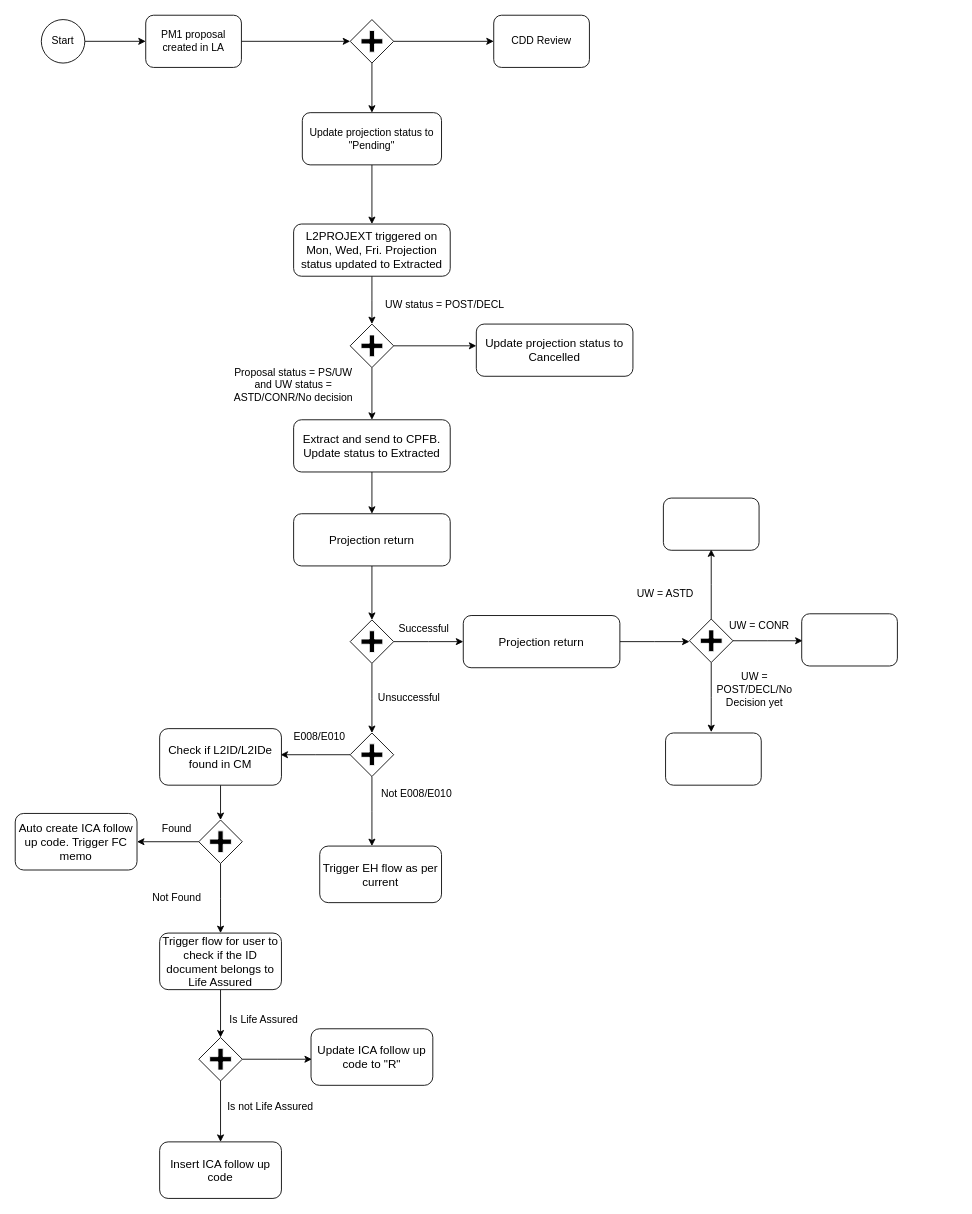
Before: page "PruShield Projection" (10 of 11) of HS.drawio in Jefferzonlee/WorkFlow-BPR, a draw.io diagram. Source tidied: cells renumbered, new cells numbered last; positions are measured from the earlier drawing's top-left corner, leaving out a move shared by most shapes. Both pictures are drawn from the tidied source at 87%, with x=0, y=0 at pixel (15, 15).
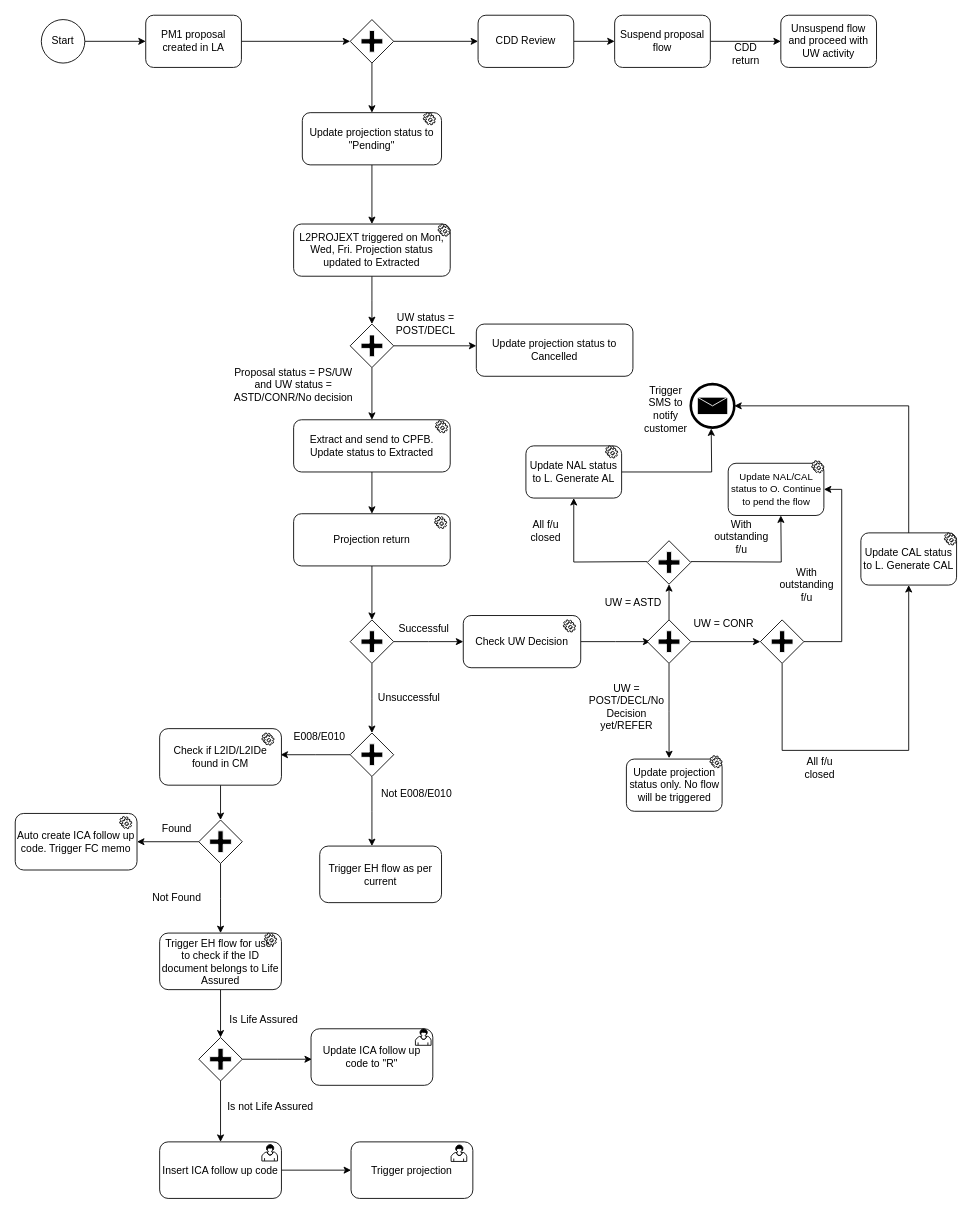
Above is the later version.

The edit, as a diff of the source:
```diff
@@
-    <mxCell id="9" value="&lt;span lang=&quot;EN-AU&quot; style=&quot;font-size: 10.0pt ; font-family: &amp;#34;arial&amp;#34; , sans-serif&quot;&gt;L2PROJEXT triggered on Mon, Wed, Fri. Projection status updated to Extracted&lt;/span&gt;" style="rounded=1;whiteSpace=wrap;html=1;" parent="1" vertex="1">
+    <mxCell id="9" value="&lt;span lang=&quot;EN-AU&quot; style=&quot;font-family: &amp;#34;arial&amp;#34; , sans-serif&quot;&gt;&lt;font style=&quot;font-size: 12px&quot;&gt;L2PROJEXT triggered on Mon, Wed, Fri. Projection status updated to Extracted&lt;/font&gt;&lt;/span&gt;" style="rounded=1;whiteSpace=wrap;html=1;" parent="1" vertex="1">
       <mxGeometry x="320" y="240" width="180" height="60" as="geometry" />
     </mxCell>
@@
-    <mxCell id="11" value="&lt;span lang=&quot;EN-AU&quot; style=&quot;font-size: 10.0pt ; font-family: &amp;#34;arial&amp;#34; , sans-serif&quot;&gt;Extract and send to CPFB. Update status to Extracted&lt;/span&gt;" style="rounded=1;whiteSpace=wrap;html=1;" parent="1" vertex="1">
+    <mxCell id="11" value="&lt;span lang=&quot;EN-AU&quot; style=&quot;font-family: &amp;#34;arial&amp;#34; , sans-serif&quot;&gt;&lt;font style=&quot;font-size: 12px&quot;&gt;Extract and send to CPFB. Update status to Extracted&lt;/font&gt;&lt;/span&gt;" style="rounded=1;whiteSpace=wrap;html=1;" parent="1" vertex="1">
       <mxGeometry x="320" y="465" width="180" height="60" as="geometry" />
     </mxCell>
@@
-    <mxCell id="13" value="&lt;span lang=&quot;EN-AU&quot; style=&quot;font-size: 10.0pt ; font-family: &amp;#34;arial&amp;#34; , sans-serif&quot;&gt;Projection return&lt;/span&gt;" style="rounded=1;whiteSpace=wrap;html=1;" parent="1" vertex="1">
+    <mxCell id="13" value="&lt;span lang=&quot;EN-AU&quot; style=&quot;font-family: &amp;#34;arial&amp;#34; , sans-serif&quot;&gt;&lt;font style=&quot;font-size: 12px&quot;&gt;Projection return&lt;/font&gt;&lt;/span&gt;" style="rounded=1;whiteSpace=wrap;html=1;" parent="1" vertex="1">
       <mxGeometry x="320" y="573" width="180" height="60" as="geometry" />
     </mxCell>
@@
+    <mxCell id="64" style="edgeStyle=orthogonalEdgeStyle;rounded=0;jettySize=auto;html=1;" parent="1" edge="1" source="17" target="66">
+      <mxGeometry relative="1" as="geometry" />
+    </mxCell>
     <mxCell id="17" value="CDD Review" style="rounded=1;whiteSpace=wrap;html=1;" parent="1" vertex="1">
-      <mxGeometry x="550" width="110" height="60" as="geometry" />
+      <mxGeometry x="532" width="110" height="60" as="geometry" />
     </mxCell>
+    <mxCell id="65" style="edgeStyle=orthogonalEdgeStyle;rounded=0;jettySize=auto;html=1;" parent="1" edge="1" source="66" target="67">
+      <mxGeometry relative="1" as="geometry" />
+    </mxCell>
+    <mxCell id="66" value="Suspend proposal flow" style="rounded=1;whiteSpace=wrap;html=1;" parent="1" vertex="1">
+      <mxGeometry x="689" width="110" height="60" as="geometry" />
+    </mxCell>
+    <mxCell id="67" value="Unsuspend flow and proceed with UW activity" style="rounded=1;whiteSpace=wrap;html=1;" parent="1" vertex="1">
+      <mxGeometry x="880" width="110" height="60" as="geometry" />
+    </mxCell>
@@
     <mxCell id="22" value="UW status = POST/DECL" style="text;html=1;strokeColor=none;fillColor=none;align=center;verticalAlign=middle;whiteSpace=wrap;rounded=0;" parent="1" vertex="1">
-      <mxGeometry x="414" y="323" width="160" height="20" as="geometry" />
+      <mxGeometry x="434" y="345" width="76" height="20" as="geometry" />
     </mxCell>
-    <mxCell id="23" value="&lt;span lang=&quot;EN-AU&quot; style=&quot;font-size: 10.0pt ; font-family: &amp;#34;arial&amp;#34; , sans-serif&quot;&gt;Update projection status to Cancelled&lt;/span&gt;" style="rounded=1;whiteSpace=wrap;html=1;" parent="1" vertex="1">
+    <mxCell id="23" value="&lt;span lang=&quot;EN-AU&quot; style=&quot;font-family: &amp;#34;arial&amp;#34; , sans-serif&quot;&gt;&lt;font style=&quot;font-size: 12px&quot;&gt;Update projection status to Cancelled&lt;/font&gt;&lt;/span&gt;" style="rounded=1;whiteSpace=wrap;html=1;" parent="1" vertex="1">
       <mxGeometry x="530" y="355" width="180" height="60" as="geometry" />
     </mxCell>
@@
     <mxCell id="27" style="edgeStyle=orthogonalEdgeStyle;rounded=0;jettySize=auto;html=1;" parent="1" edge="1" source="28">
       <mxGeometry relative="1" as="geometry">
-        <mxPoint x="775" y="720" as="targetPoint" />
+        <mxPoint x="730" y="720" as="targetPoint" />
       </mxGeometry>
     </mxCell>
-    <mxCell id="28" value="&lt;span lang=&quot;EN-AU&quot; style=&quot;font-size: 10.0pt ; font-family: &amp;#34;arial&amp;#34; , sans-serif&quot;&gt;Projection return&lt;/span&gt;" style="rounded=1;whiteSpace=wrap;html=1;" parent="1" vertex="1">
-      <mxGeometry x="515" y="690" width="180" height="60" as="geometry" />
+    <mxCell id="28" value="&lt;span lang=&quot;EN-AU&quot; style=&quot;font-family: &amp;#34;arial&amp;#34; , sans-serif&quot;&gt;&lt;font style=&quot;font-size: 12px&quot;&gt;Check UW Decision&lt;/font&gt;&lt;/span&gt;" style="rounded=1;whiteSpace=wrap;html=1;" parent="1" vertex="1">
+      <mxGeometry x="515" y="690" width="135" height="60" as="geometry" />
     </mxCell>
@@
-    <mxCell id="34" style="edgeStyle=orthogonalEdgeStyle;rounded=0;jettySize=auto;html=1;" parent="1" edge="1" source="37">
-      <mxGeometry relative="1" as="geometry">
-        <mxPoint x="800" y="614" as="targetPoint" />
-      </mxGeometry>
-    </mxCell>
-    <mxCell id="35" style="edgeStyle=orthogonalEdgeStyle;rounded=0;jettySize=auto;html=1;" parent="1" edge="1" source="37">
-      <mxGeometry relative="1" as="geometry">
-        <mxPoint x="905" y="719" as="targetPoint" />
-      </mxGeometry>
-    </mxCell>
-    <mxCell id="36" style="edgeStyle=orthogonalEdgeStyle;rounded=0;jettySize=auto;html=1;" parent="1" edge="1" source="37">
-      <mxGeometry relative="1" as="geometry">
-        <mxPoint x="800" y="824" as="targetPoint" />
-      </mxGeometry>
-    </mxCell>
+    <mxCell id="68" style="edgeStyle=orthogonalEdgeStyle;rounded=0;jettySize=auto;html=1;" parent="1" edge="1" source="37" target="74">
+      <mxGeometry relative="1" as="geometry" />
+    </mxCell>
+    <mxCell id="69" style="edgeStyle=orthogonalEdgeStyle;rounded=0;jettySize=auto;html=1;entryX=0.446;entryY=-0.017;entryDx=0;entryDy=0;entryPerimeter=0;" parent="1" edge="1" source="37" target="42">
+      <mxGeometry relative="1" as="geometry" />
+    </mxCell>
+    <mxCell id="70" style="edgeStyle=orthogonalEdgeStyle;rounded=0;jettySize=auto;html=1;" parent="1" edge="1" source="37" target="73">
+      <mxGeometry relative="1" as="geometry" />
+    </mxCell>
     <mxCell id="37" style="shape=mxgraph.bpmn.shape;html=1;verticalLabelPosition=bottom;labelBackgroundColor=#ffffff;verticalAlign=top;align=center;perimeter=rhombusPerimeter;background=gateway;outlineConnect=0;outline=none;symbol=parallelGw;" parent="1" vertex="1">
-      <mxGeometry x="775" y="694" width="50" height="50" as="geometry" />
+      <mxGeometry x="726.5" y="695" width="50" height="50" as="geometry" />
     </mxCell>
+    <mxCell id="71" style="edgeStyle=orthogonalEdgeStyle;rounded=0;jettySize=auto;html=1;entryX=1;entryY=0.5;entryDx=0;entryDy=0;" parent="1" edge="1" source="73" target="83">
+      <mxGeometry relative="1" as="geometry">
+        <Array as="points">
+          <mxPoint x="950" y="720" />
+          <mxPoint x="950" y="545" />
+        </Array>
+      </mxGeometry>
+    </mxCell>
+    <mxCell id="72" style="edgeStyle=orthogonalEdgeStyle;rounded=0;jettySize=auto;html=1;entryX=0.5;entryY=1;entryDx=0;entryDy=0;" parent="1" edge="1" source="73" target="89">
+      <mxGeometry relative="1" as="geometry">
+        <Array as="points">
+          <mxPoint x="882" y="845" />
+          <mxPoint x="1027" y="845" />
+        </Array>
+      </mxGeometry>
+    </mxCell>
+    <mxCell id="73" style="shape=mxgraph.bpmn.shape;html=1;verticalLabelPosition=bottom;labelBackgroundColor=#ffffff;verticalAlign=top;align=center;perimeter=rhombusPerimeter;background=gateway;outlineConnect=0;outline=none;symbol=parallelGw;" parent="1" vertex="1">
+      <mxGeometry x="856.5" y="695" width="50" height="50" as="geometry" />
+    </mxCell>
+    <mxCell id="74" style="shape=mxgraph.bpmn.shape;html=1;verticalLabelPosition=bottom;labelBackgroundColor=#ffffff;verticalAlign=top;align=center;perimeter=rhombusPerimeter;background=gateway;outlineConnect=0;outline=none;symbol=parallelGw;" parent="1" vertex="1">
+      <mxGeometry x="726.5" y="604" width="50" height="50" as="geometry" />
+    </mxCell>
+    <mxCell id="75" style="edgeStyle=orthogonalEdgeStyle;rounded=0;jettySize=auto;html=1;" parent="1" edge="1" source="38">
+      <mxGeometry relative="1" as="geometry">
+        <mxPoint x="800" y="475" as="targetPoint" />
+      </mxGeometry>
+    </mxCell>
-    <mxCell id="38" style="rounded=1;whiteSpace=wrap;html=1;" parent="1" vertex="1">
-      <mxGeometry x="745" y="555" width="110" height="60" as="geometry" />
+    <mxCell id="38" value="Update NAL status to L. Generate AL" style="rounded=1;whiteSpace=wrap;html=1;" parent="1" vertex="1">
+      <mxGeometry x="587" y="495" width="110" height="60" as="geometry" />
     </mxCell>
     <mxCell id="39" value="UW = ASTD" style="text;html=1;strokeColor=none;fillColor=none;align=center;verticalAlign=middle;whiteSpace=wrap;rounded=0;" parent="1" vertex="1">
-      <mxGeometry x="710" y="655" width="75" height="20" as="geometry" />
+      <mxGeometry x="672.5" y="664.5" width="75" height="20" as="geometry" />
     </mxCell>
-    <mxCell id="40" style="rounded=1;whiteSpace=wrap;html=1;" parent="1" vertex="1">
-      <mxGeometry x="904" y="688" width="110" height="60" as="geometry" />
-    </mxCell>
     <mxCell id="41" value="UW = CONR" style="text;html=1;strokeColor=none;fillColor=none;align=center;verticalAlign=middle;whiteSpace=wrap;rounded=0;" parent="1" vertex="1">
-      <mxGeometry x="817.5" y="692" width="75" height="20" as="geometry" />
+      <mxGeometry x="776.5" y="690" width="75" height="20" as="geometry" />
     </mxCell>
-    <mxCell id="42" style="rounded=1;whiteSpace=wrap;html=1;" parent="1" vertex="1">
-      <mxGeometry x="747.5" y="825" width="110" height="60" as="geometry" />
+    <mxCell id="42" value="Update projection status only. No flow will be triggered" style="rounded=1;whiteSpace=wrap;html=1;" parent="1" vertex="1">
+      <mxGeometry x="702.5" y="855" width="110" height="60" as="geometry" />
     </mxCell>
-    <mxCell id="43" value="UW = POST/DECL/No Decision yet" style="text;html=1;strokeColor=none;fillColor=none;align=center;verticalAlign=middle;whiteSpace=wrap;rounded=0;" parent="1" vertex="1">
-      <mxGeometry x="810" y="765" width="80" height="20" as="geometry" />
+    <mxCell id="43" value="UW = POST/DECL/No Decision yet/REFER" style="text;html=1;strokeColor=none;fillColor=none;align=center;verticalAlign=middle;whiteSpace=wrap;rounded=0;direction=south;" parent="1" vertex="1">
+      <mxGeometry x="692.5" y="755" width="20" height="80" as="geometry" />
     </mxCell>
@@
-    <mxCell id="45" value="&lt;span lang=&quot;EN-AU&quot; style=&quot;font-size: 10.0pt ; font-family: &amp;#34;arial&amp;#34; , sans-serif&quot;&gt;Check if L2ID/L2IDe found in CM&lt;/span&gt;" style="rounded=1;whiteSpace=wrap;html=1;" parent="1" vertex="1">
+    <mxCell id="45" value="&lt;span lang=&quot;EN-AU&quot; style=&quot;font-family: &amp;#34;arial&amp;#34; , sans-serif&quot;&gt;&lt;font style=&quot;font-size: 12px&quot;&gt;Check if L2ID/L2IDe found in CM&lt;/font&gt;&lt;/span&gt;" style="rounded=1;whiteSpace=wrap;html=1;" parent="1" vertex="1">
       <mxGeometry x="166" y="820" width="140" height="65" as="geometry" />
     </mxCell>
@@
-    <mxCell id="51" value="&lt;span lang=&quot;EN-AU&quot; style=&quot;font-size: 10.0pt ; font-family: &amp;#34;arial&amp;#34; , sans-serif&quot;&gt;Auto create ICA follow up code. Trigger FC memo&lt;/span&gt;" style="rounded=1;whiteSpace=wrap;html=1;" parent="1" vertex="1">
+    <mxCell id="51" value="&lt;span lang=&quot;EN-AU&quot; style=&quot;font-family: &amp;#34;arial&amp;#34; , sans-serif&quot;&gt;&lt;font style=&quot;font-size: 12px&quot;&gt;Auto create ICA follow up code. Trigger FC memo&lt;/font&gt;&lt;/span&gt;" style="rounded=1;whiteSpace=wrap;html=1;" parent="1" vertex="1">
       <mxGeometry y="917.5" width="140" height="65" as="geometry" />
     </mxCell>
@@
-    <mxCell id="53" value="&lt;span lang=&quot;EN-AU&quot; style=&quot;font-size: 10.0pt ; font-family: &amp;#34;arial&amp;#34; , sans-serif&quot;&gt;Trigger flow for user to check if the ID document belongs to Life Assured&lt;/span&gt;" style="rounded=1;whiteSpace=wrap;html=1;" parent="1" vertex="1">
+    <mxCell id="53" value="&lt;span lang=&quot;EN-AU&quot; style=&quot;font-family: &amp;#34;arial&amp;#34; , sans-serif&quot;&gt;&lt;font style=&quot;font-size: 12px&quot;&gt;Trigger EH flow for user to check if the ID document belongs to Life Assured&lt;/font&gt;&lt;/span&gt;" style="rounded=1;whiteSpace=wrap;html=1;" parent="1" vertex="1">
       <mxGeometry x="166" y="1055" width="140" height="65" as="geometry" />
     </mxCell>
@@
+    <mxCell id="76" style="edgeStyle=orthogonalEdgeStyle;rounded=0;jettySize=auto;html=1;" parent="1" edge="1" source="61" target="77">
+      <mxGeometry relative="1" as="geometry" />
+    </mxCell>
-    <mxCell id="61" value="&lt;font face=&quot;arial, sans-serif&quot;&gt;&lt;span style=&quot;font-size: 13.3333px&quot;&gt;Insert ICA follow up code&lt;/span&gt;&lt;/font&gt;" style="rounded=1;whiteSpace=wrap;html=1;" parent="1" vertex="1">
+    <mxCell id="61" value="&lt;font face=&quot;arial, sans-serif&quot; style=&quot;font-size: 12px&quot;&gt;Insert ICA follow up code&lt;/font&gt;" style="rounded=1;whiteSpace=wrap;html=1;" parent="1" vertex="1">
       <mxGeometry x="166" y="1295" width="140" height="65" as="geometry" />
     </mxCell>
+    <mxCell id="77" value="&lt;font face=&quot;arial, sans-serif&quot; style=&quot;font-size: 12px&quot;&gt;Trigger projection&lt;/font&gt;" style="rounded=1;whiteSpace=wrap;html=1;" parent="1" vertex="1">
+      <mxGeometry x="386" y="1295" width="140" height="65" as="geometry" />
+    </mxCell>
-    <mxCell id="62" value="&lt;span lang=&quot;EN-AU&quot; style=&quot;font-size: 10.0pt ; font-family: &amp;#34;arial&amp;#34; , sans-serif&quot;&gt;Update ICA follow up code to &quot;R&quot;&lt;/span&gt;" style="rounded=1;whiteSpace=wrap;html=1;" parent="1" vertex="1">
+    <mxCell id="62" value="&lt;span lang=&quot;EN-AU&quot; style=&quot;font-family: &amp;#34;arial&amp;#34; , sans-serif&quot;&gt;&lt;font style=&quot;font-size: 12px&quot;&gt;Update ICA follow up code to &quot;R&quot;&lt;/font&gt;&lt;/span&gt;" style="rounded=1;whiteSpace=wrap;html=1;" parent="1" vertex="1">
       <mxGeometry x="340" y="1165" width="140" height="65" as="geometry" />
     </mxCell>
-    <mxCell id="63" value="&lt;span lang=&quot;EN-AU&quot; style=&quot;font-size: 10.0pt ; font-family: &amp;#34;arial&amp;#34; , sans-serif&quot;&gt;Trigger EH flow as per current&lt;/span&gt;" style="rounded=1;whiteSpace=wrap;html=1;" parent="1" vertex="1">
+    <mxCell id="63" value="&lt;span lang=&quot;EN-AU&quot; style=&quot;font-family: &amp;#34;arial&amp;#34; , sans-serif&quot;&gt;&lt;font style=&quot;font-size: 12px&quot;&gt;Trigger EH flow as per current&lt;/font&gt;&lt;/span&gt;" style="rounded=1;whiteSpace=wrap;html=1;" parent="1" vertex="1">
       <mxGeometry x="350" y="955" width="140" height="65" as="geometry" />
     </mxCell>
+    <mxCell id="78" value="CDD return" style="text;html=1;strokeColor=none;fillColor=none;align=center;verticalAlign=middle;whiteSpace=wrap;rounded=0;" parent="1" vertex="1">
+      <mxGeometry x="819.5" y="35" width="40" height="20" as="geometry" />
+    </mxCell>
+    <mxCell id="79" style="shape=mxgraph.bpmn.shape;html=1;verticalLabelPosition=bottom;labelBackgroundColor=#ffffff;verticalAlign=top;align=center;perimeter=ellipsePerimeter;outlineConnect=0;outline=end;symbol=message;" parent="1" vertex="1">
+      <mxGeometry x="776.5" y="424" width="50" height="50" as="geometry" />
+    </mxCell>
+    <mxCell id="80" value="Trigger SMS to notify customer" style="text;html=1;strokeColor=none;fillColor=none;align=center;verticalAlign=middle;whiteSpace=wrap;rounded=0;direction=south;" parent="1" vertex="1">
+      <mxGeometry x="737.5" y="415" width="20" height="75" as="geometry" />
+    </mxCell>
+    <mxCell id="81" style="edgeStyle=orthogonalEdgeStyle;rounded=0;jettySize=auto;html=1;entryX=0.5;entryY=1;entryDx=0;entryDy=0;" parent="1" edge="1" target="38">
+      <mxGeometry relative="1" as="geometry">
+        <mxPoint x="726.5" y="628" as="sourcePoint" />
+      </mxGeometry>
+    </mxCell>
+    <mxCell id="82" style="edgeStyle=orthogonalEdgeStyle;rounded=0;orthogonalLoop=1;jettySize=auto;html=1;" parent="1" edge="1">
+      <mxGeometry relative="1" as="geometry">
+        <mxPoint x="776.5" y="628" as="sourcePoint" />
+        <mxPoint x="880" y="575" as="targetPoint" />
+      </mxGeometry>
+    </mxCell>
+    <mxCell id="83" value="&lt;font style=&quot;font-size: 11px&quot;&gt;Update NAL/CAL status to O. Continue to pend the flow&lt;/font&gt;" style="rounded=1;whiteSpace=wrap;html=1;" parent="1" vertex="1">
+      <mxGeometry x="819.5" y="515" width="110" height="60" as="geometry" />
+    </mxCell>
+    <mxCell id="84" value="All f/u closed" style="text;html=1;strokeColor=none;fillColor=none;align=center;verticalAlign=middle;whiteSpace=wrap;rounded=0;" parent="1" vertex="1">
+      <mxGeometry x="590" y="583" width="40" height="20" as="geometry" />
+    </mxCell>
+    <mxCell id="85" value="With outstanding f/u" style="text;html=1;strokeColor=none;fillColor=none;align=center;verticalAlign=middle;whiteSpace=wrap;rounded=0;" parent="1" vertex="1">
+      <mxGeometry x="800" y="590" width="70" height="19" as="geometry" />
+    </mxCell>
+    <mxCell id="86" value="With outstanding f/u" style="text;html=1;strokeColor=none;fillColor=none;align=center;verticalAlign=middle;whiteSpace=wrap;rounded=0;" parent="1" vertex="1">
+      <mxGeometry x="874.5" y="645.5" width="70" height="19" as="geometry" />
+    </mxCell>
+    <mxCell id="87" value="All f/u closed" style="text;html=1;strokeColor=none;fillColor=none;align=center;verticalAlign=middle;whiteSpace=wrap;rounded=0;" parent="1" vertex="1">
+      <mxGeometry x="904.5" y="855" width="40" height="20" as="geometry" />
+    </mxCell>
+    <mxCell id="88" style="edgeStyle=orthogonalEdgeStyle;rounded=0;jettySize=auto;html=1;entryX=1;entryY=0.5;entryDx=0;entryDy=0;" parent="1" edge="1" source="89" target="79">
+      <mxGeometry relative="1" as="geometry">
+        <Array as="points">
+          <mxPoint x="1027" y="449" />
+        </Array>
+      </mxGeometry>
+    </mxCell>
+    <mxCell id="89" value="Update CAL status to L. Generate CAL" style="rounded=1;whiteSpace=wrap;html=1;" parent="1" vertex="1">
+      <mxGeometry x="972" y="595" width="110" height="60" as="geometry" />
+    </mxCell>
+    <mxCell id="90" style="shape=mxgraph.bpmn.service_task;html=1;" parent="1" vertex="1">
+      <mxGeometry x="283.5" y="825" width="14" height="14" as="geometry" />
+    </mxCell>
+    <mxCell id="91" style="shape=mxgraph.bpmn.service_task;html=1;" parent="1" vertex="1">
+      <mxGeometry x="678.5" y="495" width="14" height="14" as="geometry" />
+    </mxCell>
+    <mxCell id="92" style="shape=mxgraph.bpmn.service_task;html=1;" parent="1" vertex="1">
+      <mxGeometry x="915.5" y="512" width="14" height="14" as="geometry" />
+    </mxCell>
+    <mxCell id="93" style="shape=mxgraph.bpmn.service_task;html=1;" parent="1" vertex="1">
+      <mxGeometry x="1068" y="595" width="14" height="14" as="geometry" />
+    </mxCell>
+    <mxCell id="94" style="shape=mxgraph.bpmn.service_task;html=1;" parent="1" vertex="1">
+      <mxGeometry x="798.5" y="851" width="14" height="14" as="geometry" />
+    </mxCell>
+    <mxCell id="95" style="shape=mxgraph.bpmn.service_task;html=1;" parent="1" vertex="1">
+      <mxGeometry x="630" y="695" width="14" height="14" as="geometry" />
+    </mxCell>
+    <mxCell id="96" style="shape=mxgraph.bpmn.service_task;html=1;" parent="1" vertex="1">
+      <mxGeometry x="483" y="466" width="14" height="14" as="geometry" />
+    </mxCell>
+    <mxCell id="97" style="shape=mxgraph.bpmn.service_task;html=1;" parent="1" vertex="1">
+      <mxGeometry x="469" y="112" width="14" height="14" as="geometry" />
+    </mxCell>
+    <mxCell id="98" style="shape=mxgraph.bpmn.service_task;html=1;" parent="1" vertex="1">
+      <mxGeometry x="486" y="240" width="14" height="14" as="geometry" />
+    </mxCell>
+    <mxCell id="99" style="shape=mxgraph.bpmn.service_task;html=1;" parent="1" vertex="1">
+      <mxGeometry x="482" y="576" width="14" height="14" as="geometry" />
+    </mxCell>
+    <mxCell id="100" style="shape=mxgraph.bpmn.service_task;html=1;" parent="1" vertex="1">
+      <mxGeometry x="120" y="921" width="14" height="14" as="geometry" />
+    </mxCell>
+    <mxCell id="101" style="shape=mxgraph.bpmn.service_task;html=1;" parent="1" vertex="1">
+      <mxGeometry x="286.5" y="1055" width="14" height="14" as="geometry" />
+    </mxCell>
+    <mxCell id="102" style="html=1;shape=mxgraph.bpmn.user_task;" parent="1" vertex="1">
+      <mxGeometry x="460" y="1165" width="18" height="19" as="geometry">
+        <mxPoint x="110" y="14" as="offset" />
+      </mxGeometry>
+    </mxCell>
+    <mxCell id="103" style="html=1;shape=mxgraph.bpmn.user_task;" parent="1" vertex="1">
+      <mxGeometry x="283.5" y="1298" width="18" height="19" as="geometry">
+        <mxPoint x="110" y="14" as="offset" />
+      </mxGeometry>
+    </mxCell>
+    <mxCell id="104" style="html=1;shape=mxgraph.bpmn.user_task;" parent="1" vertex="1">
+      <mxGeometry x="501" y="1298.5" width="18" height="19" as="geometry">
+        <mxPoint x="110" y="14" as="offset" />
+      </mxGeometry>
+    </mxCell>
```
